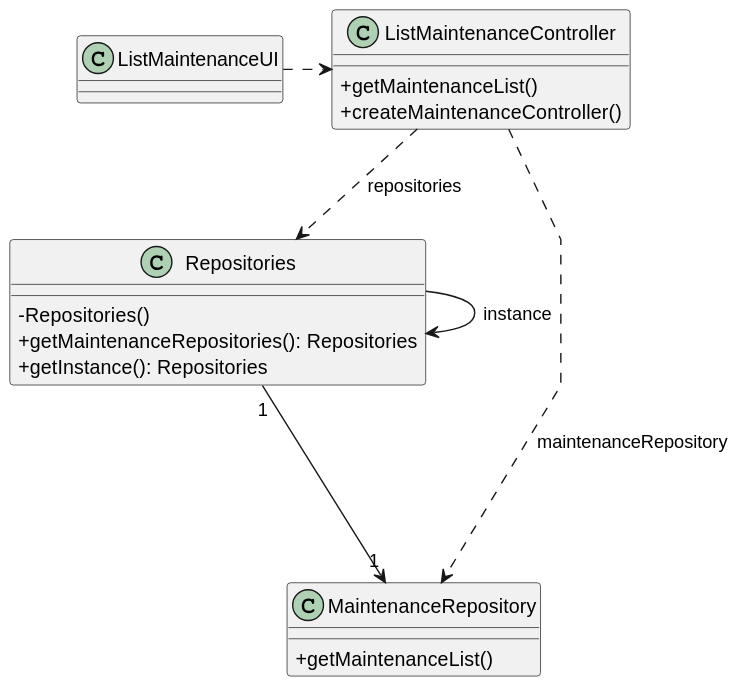
This is docs/sprintC/us008/03.design/svg/us008-class-diagram.svg from diogoveirospro/lei-24-s2-1dg-g072, a PlantUML export, as it was before one commit.
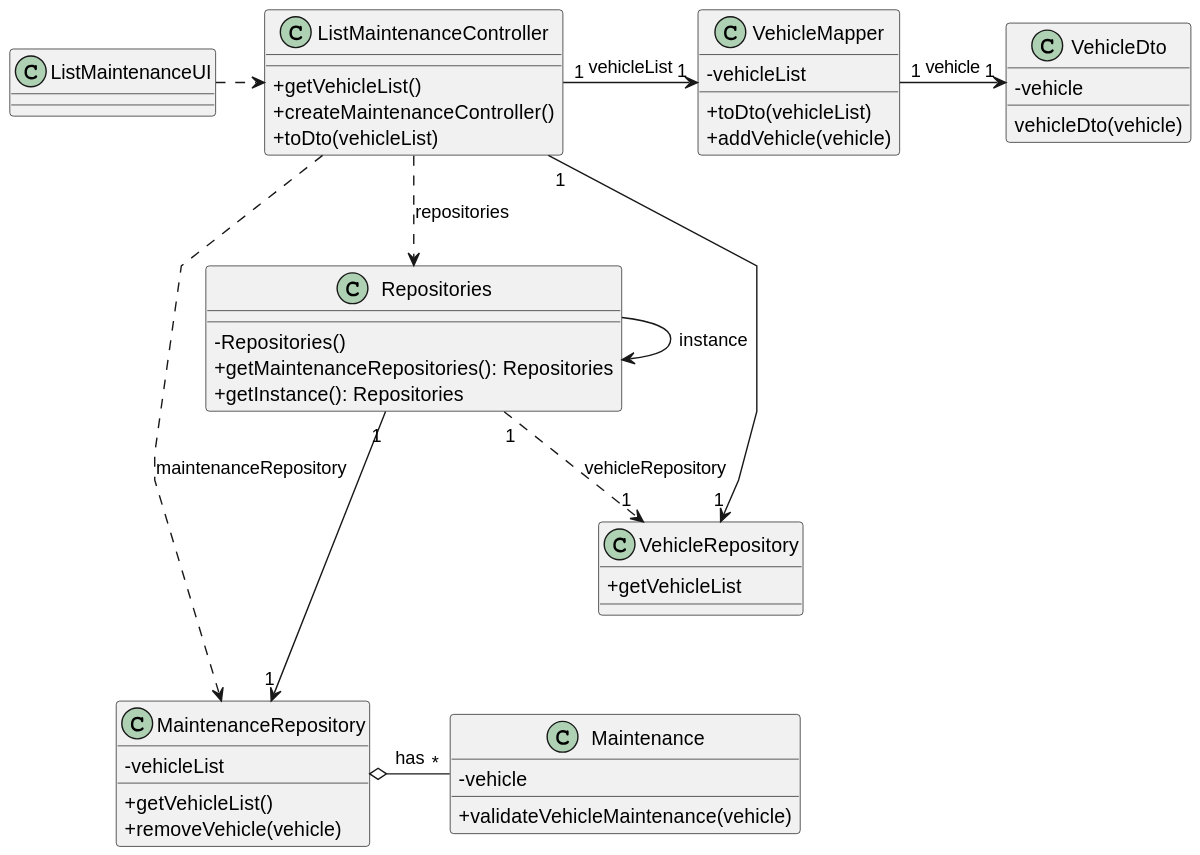
After the change.

Diff of the diagram source:
```diff
@@ -9,14 +9,33 @@
 class ListMaintenanceUI{
 
 }
+class VehicleMapper{
+    - vehicleList
+    + toDto(vehicleList)
+    + addVehicle(vehicle)
+}
+class VehicleDto{
+    - vehicle
+    vehicleDto(vehicle)
+}
 class ListMaintenanceController{
-    + getMaintenanceList()
+    + getVehicleList()
     + createMaintenanceController()
+    + toDto(vehicleList)
 }
 class MaintenanceRepository{
-    + getMaintenanceList()
+    - vehicleList
+    + getVehicleList()
+    + removeVehicle(vehicle)
 }
 
+class Maintenance{
+    - vehicle
+    + validateVehicleMaintenance(vehicle)
+}
+class VehicleRepository{
+    + getVehicleList
+}
 class Repositories{
  - Repositories()
  + getMaintenanceRepositories(): Repositories
@@ -28,4 +47,9 @@
 Repositories -> Repositories : instance
 ListMaintenanceController .> MaintenanceRepository: maintenanceRepository
 Repositories "1" ---> "1" MaintenanceRepository
+Repositories "1" ..> "1" VehicleRepository: vehicleRepository
+ListMaintenanceController "1" -> "1" VehicleRepository
+MaintenanceRepository o- "*" Maintenance : has
+ListMaintenanceController "1" -> "1" VehicleMapper: vehicleList
+VehicleMapper "1" -> "1" VehicleDto: vehicle
 @enduml
```
